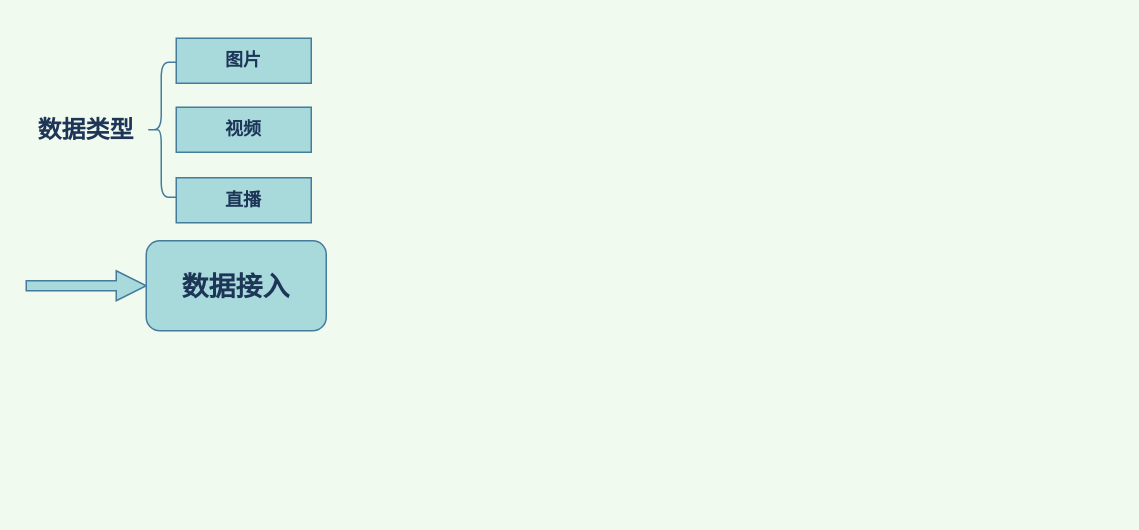
This is engine_system/engine_system_architecture.drawio from xwzj01ht/diagrams, a draw.io file, before an edit. Source tidied: cells renumbered, new cells numbered last; positions are measured from the earlier drawing's top-left corner, leaving out a move shared by most shapes. Both pictures are drawn from the tidied source at 150%, with x=0, y=0 at pixel (26, 38).
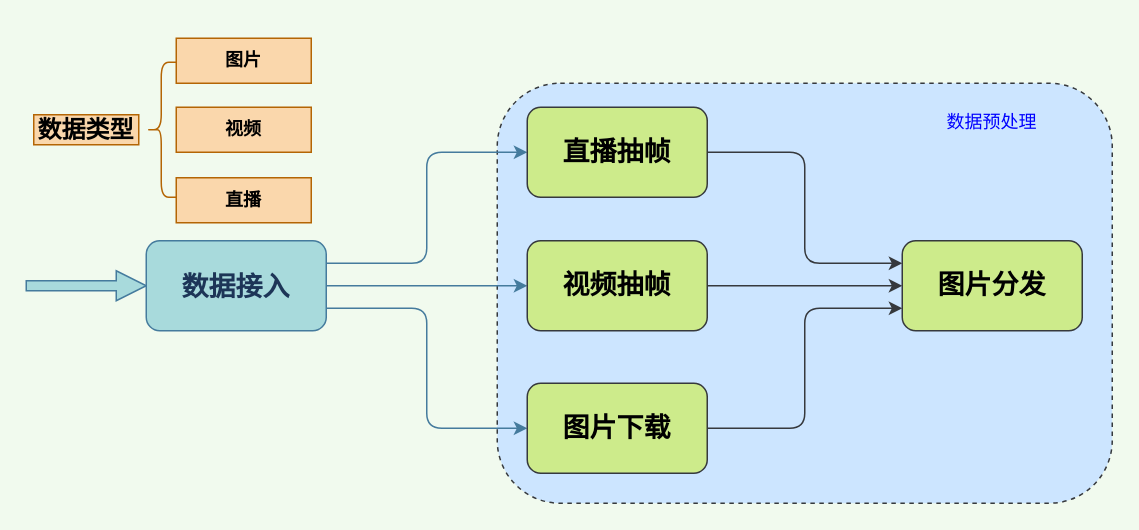
The same diagram, later.

Commit message:
数据预处理

Unchanged cells that the change refers to:
```xml
<mxCell id="3" value="&lt;h4&gt;&lt;font style=&quot;font-size: 18px&quot; face=&quot;Verdana&quot;&gt;数据接入&lt;/font&gt;&lt;/h4&gt;" style="rounded=1;whiteSpace=wrap;html=1;sketch=0;strokeColor=#457B9D;fillColor=#A8DADC;fontColor=#1D3557;" parent="1" vertex="1">
  <mxGeometry x="80" y="135" width="120" height="60" as="geometry" />
</mxCell>
```

The edit, as a diff of the source:
```diff
@@
+    <mxCell id="9" style="whiteSpace=wrap;html=1;rounded=1;sketch=0;strokeColor=#36393d;fillColor=#cce5ff;dashed=1;shadow=0;glass=0;" parent="1" vertex="1">
+      <mxGeometry x="314" y="30" width="410" height="280" as="geometry" />
+    </mxCell>
@@
+    <mxCell id="10" style="edgeStyle=orthogonalEdgeStyle;curved=0;rounded=1;sketch=0;jettySize=auto;html=1;exitX=1;exitY=0.75;exitDx=0;exitDy=0;entryX=0;entryY=0.5;entryDx=0;entryDy=0;strokeColor=#457B9D;fillColor=#A8DADC;fontColor=#1D3557;" parent="1" edge="1" source="3" target="18">
+      <mxGeometry relative="1" as="geometry" />
+    </mxCell>
+    <mxCell id="11" style="edgeStyle=orthogonalEdgeStyle;curved=0;rounded=1;sketch=0;jettySize=auto;html=1;exitX=1;exitY=0.25;exitDx=0;exitDy=0;entryX=0;entryY=0.5;entryDx=0;entryDy=0;strokeColor=#457B9D;fillColor=#A8DADC;fontColor=#1D3557;" parent="1" edge="1" source="3" target="16">
+      <mxGeometry relative="1" as="geometry" />
+    </mxCell>
+    <mxCell id="12" style="edgeStyle=orthogonalEdgeStyle;curved=0;rounded=1;sketch=0;jettySize=auto;html=1;exitX=1;exitY=0.5;exitDx=0;exitDy=0;entryX=0;entryY=0.5;entryDx=0;entryDy=0;strokeColor=#457B9D;fillColor=#A8DADC;fontColor=#1D3557;" parent="1" edge="1" source="3" target="14">
+      <mxGeometry relative="1" as="geometry" />
+    </mxCell>
@@
-    <mxCell id="4" style="shape=curlyBracket;whiteSpace=wrap;html=1;rounded=1;sketch=0;strokeColor=#457B9D;fillColor=#A8DADC;fontColor=#1D3557;size=0.5;" parent="1" vertex="1">
+    <mxCell id="4" style="shape=curlyBracket;whiteSpace=wrap;html=1;rounded=1;sketch=0;strokeColor=#b46504;fillColor=#fad7ac;size=0.5;" parent="1" vertex="1">
       <mxGeometry x="80" y="16" width="20" height="90" as="geometry" />
     </mxCell>
-    <mxCell id="5" value="&lt;h4&gt;图片&lt;/h4&gt;" style="rounded=0;whiteSpace=wrap;html=1;sketch=0;strokeColor=#457B9D;fillColor=#A8DADC;fontColor=#1D3557;" parent="1" vertex="1">
+    <mxCell id="5" value="&lt;h4&gt;图片&lt;/h4&gt;" style="rounded=0;whiteSpace=wrap;html=1;sketch=0;strokeColor=#b46504;fillColor=#fad7ac;" parent="1" vertex="1">
       <mxGeometry x="100" width="90" height="30" as="geometry" />
     </mxCell>
-    <mxCell id="6" value="&lt;h4&gt;视频&lt;/h4&gt;" style="rounded=0;whiteSpace=wrap;html=1;sketch=0;strokeColor=#457B9D;fillColor=#A8DADC;fontColor=#1D3557;" parent="1" vertex="1">
+    <mxCell id="6" value="&lt;h4&gt;视频&lt;/h4&gt;" style="rounded=0;whiteSpace=wrap;html=1;sketch=0;strokeColor=#b46504;fillColor=#fad7ac;" parent="1" vertex="1">
       <mxGeometry x="100" y="46" width="90" height="30" as="geometry" />
     </mxCell>
-    <mxCell id="7" value="&lt;h4&gt;直播&lt;/h4&gt;" style="rounded=0;whiteSpace=wrap;html=1;sketch=0;strokeColor=#457B9D;fillColor=#A8DADC;fontColor=#1D3557;" parent="1" vertex="1">
+    <mxCell id="7" value="&lt;h4&gt;直播&lt;/h4&gt;" style="rounded=0;whiteSpace=wrap;html=1;sketch=0;strokeColor=#b46504;fillColor=#fad7ac;" parent="1" vertex="1">
       <mxGeometry x="100" y="93" width="90" height="30" as="geometry" />
     </mxCell>
-    <mxCell id="8" value="&lt;h3&gt;&lt;font style=&quot;font-size: 16px&quot;&gt;数据类型&lt;/font&gt;&lt;/h3&gt;" style="text;html=1;strokeColor=none;fillColor=none;align=center;verticalAlign=middle;whiteSpace=wrap;rounded=0;sketch=0;fontColor=#1D3557;" parent="1" vertex="1">
+    <mxCell id="8" value="&lt;h3&gt;&lt;font style=&quot;font-size: 16px&quot;&gt;数据类型&lt;/font&gt;&lt;/h3&gt;" style="text;html=1;strokeColor=#b46504;fillColor=#fad7ac;align=center;verticalAlign=middle;whiteSpace=wrap;rounded=0;sketch=0;" parent="1" vertex="1">
       <mxGeometry x="5" y="51" width="70" height="20" as="geometry" />
     </mxCell>
+    <mxCell id="13" style="edgeStyle=orthogonalEdgeStyle;curved=0;rounded=1;sketch=0;jettySize=auto;html=1;exitX=1;exitY=0.5;exitDx=0;exitDy=0;entryX=0;entryY=0.5;entryDx=0;entryDy=0;strokeColor=#36393d;fillColor=#cdeb8b;fontColor=#1D3557;" parent="1" edge="1" source="14" target="19">
+      <mxGeometry relative="1" as="geometry" />
+    </mxCell>
+    <mxCell id="14" value="&lt;h3 style=&quot;font-size: 18px&quot;&gt;视频抽帧&lt;/h3&gt;" style="rounded=1;whiteSpace=wrap;html=1;sketch=0;strokeColor=#36393d;fillColor=#cdeb8b;" parent="1" vertex="1">
+      <mxGeometry x="334" y="135" width="120" height="60" as="geometry" />
+    </mxCell>
+    <mxCell id="15" style="edgeStyle=orthogonalEdgeStyle;curved=0;rounded=1;sketch=0;jettySize=auto;html=1;exitX=1;exitY=0.5;exitDx=0;exitDy=0;entryX=0;entryY=0.25;entryDx=0;entryDy=0;strokeColor=#36393d;fillColor=#cdeb8b;fontColor=#1D3557;" parent="1" edge="1" source="16" target="19">
+      <mxGeometry relative="1" as="geometry" />
+    </mxCell>
+    <mxCell id="16" value="&lt;h3 style=&quot;font-size: 18px&quot;&gt;直播抽帧&lt;/h3&gt;" style="rounded=1;whiteSpace=wrap;html=1;sketch=0;strokeColor=#36393d;fillColor=#cdeb8b;" parent="1" vertex="1">
+      <mxGeometry x="334" y="46" width="120" height="60" as="geometry" />
+    </mxCell>
+    <mxCell id="17" style="edgeStyle=orthogonalEdgeStyle;curved=0;rounded=1;sketch=0;jettySize=auto;html=1;exitX=1;exitY=0.5;exitDx=0;exitDy=0;entryX=0;entryY=0.75;entryDx=0;entryDy=0;strokeColor=#36393d;fillColor=#cdeb8b;fontColor=#1D3557;" parent="1" edge="1" source="18" target="19">
+      <mxGeometry relative="1" as="geometry" />
+    </mxCell>
+    <mxCell id="18" value="&lt;h3 style=&quot;font-size: 18px&quot;&gt;图片下载&lt;/h3&gt;" style="rounded=1;whiteSpace=wrap;html=1;sketch=0;strokeColor=#36393d;fillColor=#cdeb8b;" parent="1" vertex="1">
+      <mxGeometry x="334" y="230" width="120" height="60" as="geometry" />
+    </mxCell>
+    <mxCell id="19" value="&lt;h3 style=&quot;font-size: 18px&quot;&gt;图片分发&lt;/h3&gt;" style="rounded=1;whiteSpace=wrap;html=1;sketch=0;strokeColor=#36393d;fillColor=#cdeb8b;" parent="1" vertex="1">
+      <mxGeometry x="584" y="135" width="120" height="60" as="geometry" />
+    </mxCell>
+    <mxCell id="20" value="&lt;font color=&quot;#0000ff&quot;&gt;数据预处理&lt;/font&gt;" style="text;html=1;strokeColor=none;fillColor=none;align=center;verticalAlign=middle;whiteSpace=wrap;rounded=0;shadow=0;glass=0;dashed=1;sketch=0;fontColor=#1D3557;" parent="1" vertex="1">
+      <mxGeometry x="609" y="46" width="70" height="20" as="geometry" />
+    </mxCell>
```
